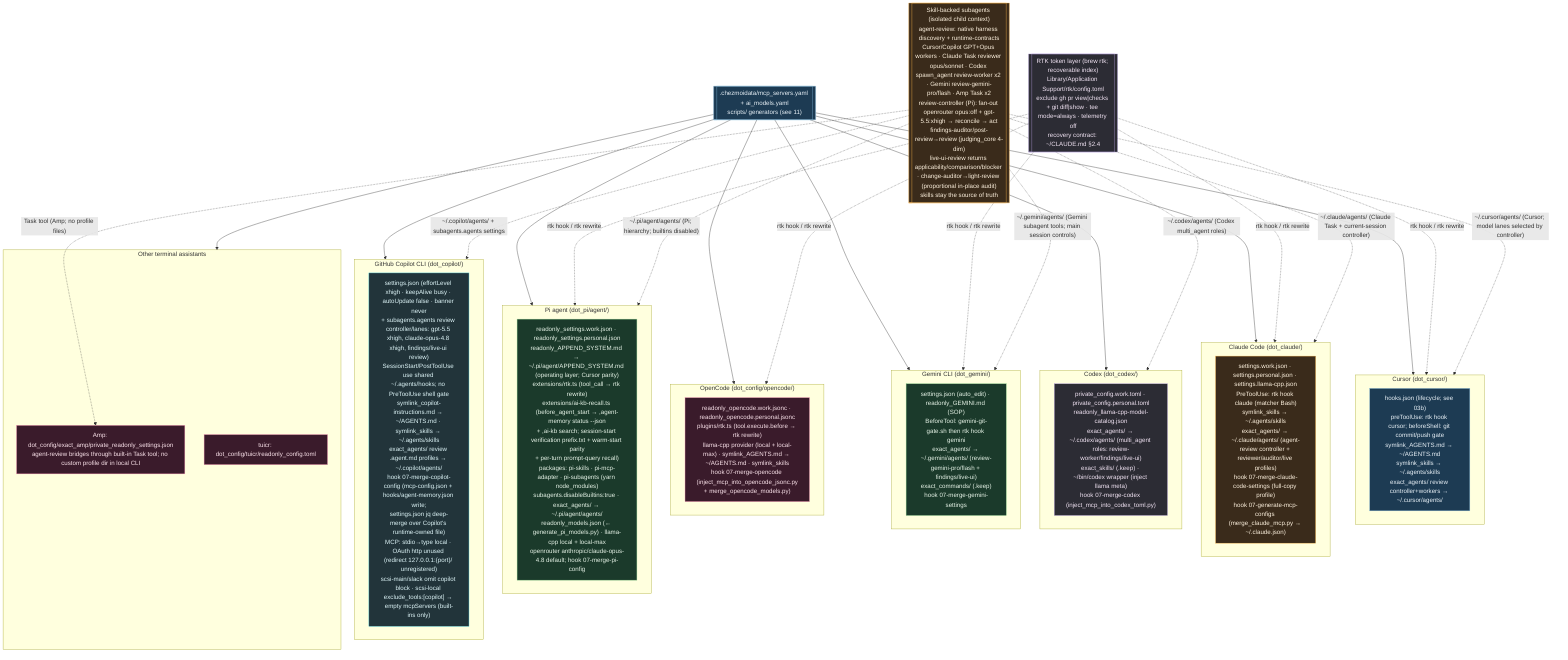
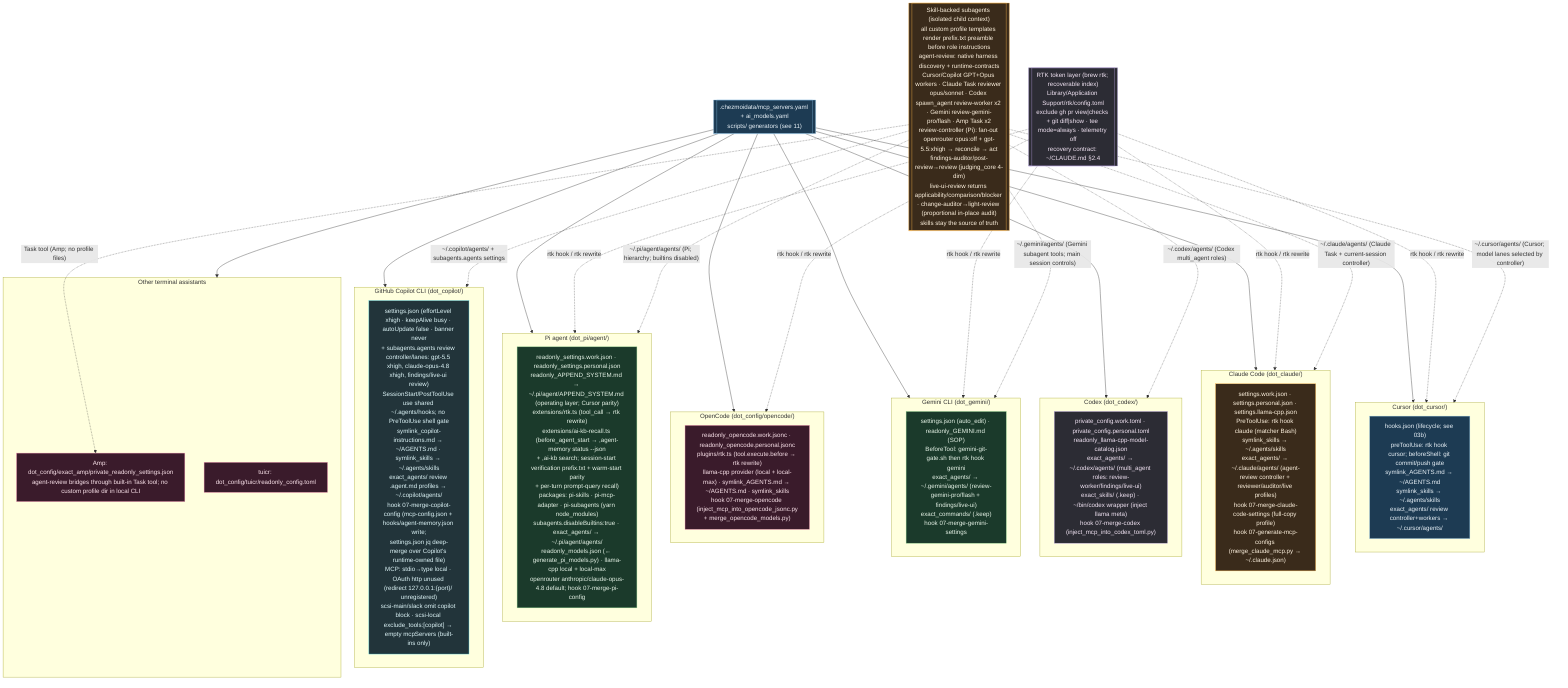
%% ============================================================================
%% 12-ai-tool-configs.mmd — Every per-tool AI config file in home/.
%% Pattern: source carries .work + .personal variants; a 07-merge-* hook picks
%% by isWork and merges generated MCP/model blocks into the live config.
%% ============================================================================
flowchart TB
    classDef cursor fill:#1d3b53,stroke:#7fb3d5,color:#eaf2f8;
    classDef claude fill:#3a2b1b,stroke:#ffb74d,color:#fff3e0;
    classDef codex fill:#2c2c34,stroke:#b39ddb,color:#f3e5f5;
    classDef gem fill:#1b3a2b,stroke:#81c784,color:#e8f5e9;
    classDef oc fill:#3a1b2b,stroke:#f48fb1,color:#fce4ec;
    classDef cop fill:#22343a,stroke:#4dd0e1,color:#e0f7fa;

    subgraph CURSOR["Cursor (dot_cursor/)"]
        CU["hooks.json (lifecycle; see 03b)<br/>preToolUse: rtk hook cursor; beforeShell: git commit/push gate<br/>symlink_AGENTS.md → ~/AGENTS.md<br/>symlink_skills → ~/.agents/skills<br/>exact_agents/ review controller+workers → ~/.cursor/agents/"]:::cursor
    end

    subgraph CLAUDE["Claude Code (dot_claude/)"]
        CLD["settings.work.json · settings.personal.json · settings.llama-cpp.json<br/>PreToolUse: rtk hook claude (matcher Bash)<br/>symlink_skills → ~/.agents/skills<br/>exact_agents/ → ~/.claude/agents/ (agent-review controller + reviewer/auditor/live profiles)<br/>hook 07-merge-claude-code-settings (full-copy profile)<br/>hook 07-generate-mcp-configs (merge_claude_mcp.py → ~/.claude.json)"]:::claude
    end

    subgraph CODEX["Codex (dot_codex/)"]
        CDX["private_config.work.toml · private_config.personal.toml<br/>readonly_llama-cpp-model-catalog.json<br/>exact_agents/ → ~/.codex/agents/ (multi_agent roles: review-worker/findings/live-ui)<br/>exact_skills/ (.keep) · ~/bin/codex wrapper (inject llama meta)<br/>hook 07-merge-codex (inject_mcp_into_codex_toml.py)"]:::codex
    end

    subgraph GEMINI["Gemini CLI (dot_gemini/)"]
        GMN["settings.json (auto_edit) · readonly_GEMINI.md (SOP)<br/>BeforeTool: gemini-git-gate.sh then rtk hook gemini<br/>exact_agents/ → ~/.gemini/agents/ (review-gemini-pro/flash + findings/live-ui)<br/>exact_commands/ (.keep)<br/>hook 07-merge-gemini-settings"]:::gem
    end

    subgraph OPENCODE["OpenCode (dot_config/opencode/)"]
        OPC["readonly_opencode.work.jsonc · readonly_opencode.personal.jsonc<br/>plugins/rtk.ts (tool.execute.before → rtk rewrite)<br/>llama-cpp provider (local + local-max) · symlink_AGENTS.md → ~/AGENTS.md · symlink_skills<br/>hook 07-merge-opencode (inject_mcp_into_opencode_jsonc.py<br/>+ merge_opencode_models.py)"]:::oc
    end

    subgraph PI["Pi agent (dot_pi/agent/)"]
        PIA["readonly_settings.work.json · readonly_settings.personal.json<br/>readonly_APPEND_SYSTEM.md → ~/.pi/agent/APPEND_SYSTEM.md (operating layer; Cursor parity)<br/>extensions/rtk.ts (tool_call → rtk rewrite)<br/>extensions/ai-kb-recall.ts (before_agent_start → ,agent-memory status --json<br/>+ ,ai-kb search; session-start verification prefix.txt + warm-start parity<br/>+ per-turn prompt-query recall)<br/>packages: pi-skills · pi-mcp-adapter · pi-subagents (yarn node_modules)<br/>subagents.disableBuiltins:true · exact_agents/ → ~/.pi/agent/agents/<br/>readonly_models.json (← generate_pi_models.py) · llama-cpp local + local-max<br/>openrouter anthropic/claude-opus-4.8 default; hook 07-merge-pi-config"]:::gem
    end

    subgraph COPILOT["GitHub Copilot CLI (dot_copilot/)"]
        COP["settings.json (effortLevel xhigh · keepAlive busy · autoUpdate false · banner never<br/>+ subagents.agents review controller/lanes: gpt-5.5 xhigh, claude-opus-4.8 xhigh, findings/live-ui review)<br/>SessionStart/PostToolUse use shared ~/.agents/hooks; no PreToolUse shell gate<br/>symlink_copilot-instructions.md → ~/AGENTS.md · symlink_skills → ~/.agents/skills<br/>exact_agents/ review .agent.md profiles → ~/.copilot/agents/<br/>hook 07-merge-copilot-config (mcp-config.json + hooks/agent-memory.json write;<br/>settings.json jq deep-merge over Copilot's runtime-owned file)<br/>MCP: stdio→type local · OAuth http unused (redirect 127.0.0.1:{port}/ unregistered)<br/>scsi-main/slack omit copilot block · scsi-local exclude_tools:[copilot] → empty mcpServers (built-ins only)"]:::cop
    end

    subgraph OTHER["Other terminal assistants"]
        AMP["Amp: dot_config/exact_amp/private_readonly_settings.json<br/>agent-review bridges through built-in Task tool; no custom profile dir in local CLI"]:::oc
        TUI["tuicr: dot_config/tuicr/readonly_config.toml"]:::oc
    end

    REG[[".chezmoidata/mcp_servers.yaml + ai_models.yaml<br/>scripts/ generators (see 11)"]]:::cursor
    REG --> CURSOR & CLAUDE & CODEX & GEMINI & OPENCODE & PI & COPILOT & OTHER

    RTK[["RTK token layer (brew rtk; recoverable index)<br/>Library/Application Support/rtk/config.toml<br/>exclude gh pr view|checks + git diff|show · tee mode=always · telemetry off<br/>recovery contract: ~/CLAUDE.md §2.4"]]:::codex
    RTK -.->|"rtk hook / rtk rewrite"| CURSOR & CLAUDE & GEMINI & OPENCODE & PI

-     SUBA[["Skill-backed subagents (isolated child context)<br/>agent-review: native harness discovery + runtime-contracts<br/>Cursor/Copilot GPT+Opus workers · Claude Task reviewer opus/sonnet · Codex spawn_agent review-worker x2 · Gemini review-gemini-pro/flash · Amp Task x2<br/>review-controller (Pi): fan-out openrouter opus:off + gpt-5.5:xhigh → reconcile → act<br/>findings-auditor/post-review→review (judging_core 4-dim)<br/>live-ui-review returns applicability/comparison/blocker · change-auditor→light-review (proportional in-place audit)<br/>skills stay the source of truth"]]:::claude
+     SUBA[["Skill-backed subagents (isolated child context)<br/>all custom profile templates render prefix.txt preamble before role instructions<br/>agent-review: native harness discovery + runtime-contracts<br/>Cursor/Copilot GPT+Opus workers · Claude Task reviewer opus/sonnet · Codex spawn_agent review-worker x2 · Gemini review-gemini-pro/flash · Amp Task x2<br/>review-controller (Pi): fan-out openrouter opus:off + gpt-5.5:xhigh → reconcile → act<br/>findings-auditor/post-review→review (judging_core 4-dim)<br/>live-ui-review returns applicability/comparison/blocker · change-auditor→light-review (proportional in-place audit)<br/>skills stay the source of truth"]]:::claude
    SUBA -.->|"~/.cursor/agents/ (Cursor; model lanes selected by controller)"| CURSOR
    SUBA -.->|"~/.copilot/agents/ + subagents.agents settings"| COPILOT
    SUBA -.->|"~/.claude/agents/ (Claude Task + current-session controller)"| CLAUDE
    SUBA -.->|"~/.codex/agents/ (Codex multi_agent roles)"| CODEX
    SUBA -.->|"~/.gemini/agents/ (Gemini subagent tools; main session controls)"| GEMINI
    SUBA -.->|"Task tool (Amp; no profile files)"| AMP
    SUBA -.->|"~/.pi/agent/agents/ (Pi; hierarchy; builtins disabled)"| PI
